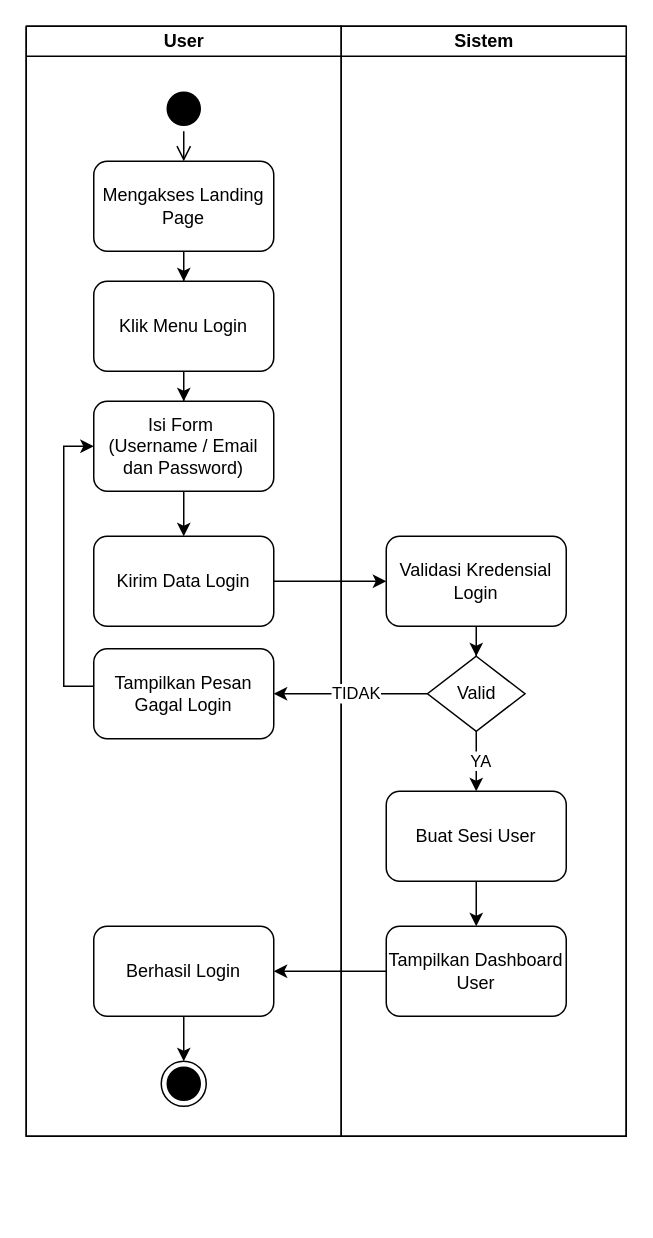
This is page "ACT-DIA-REGISTER" (5 of 6) of dokumentasi/bab3/diagram-bab-3.drawio from fadlanrizki/rekofin-ui, a draw.io file, before an edit. Source tidied: cells renumbered, new cells numbered last; positions are measured from the earlier drawing's top-left corner, leaving out a move shared by most shapes. Both pictures are drawn from the tidied source at 150%, with x=0, y=0 at pixel (26, 26).
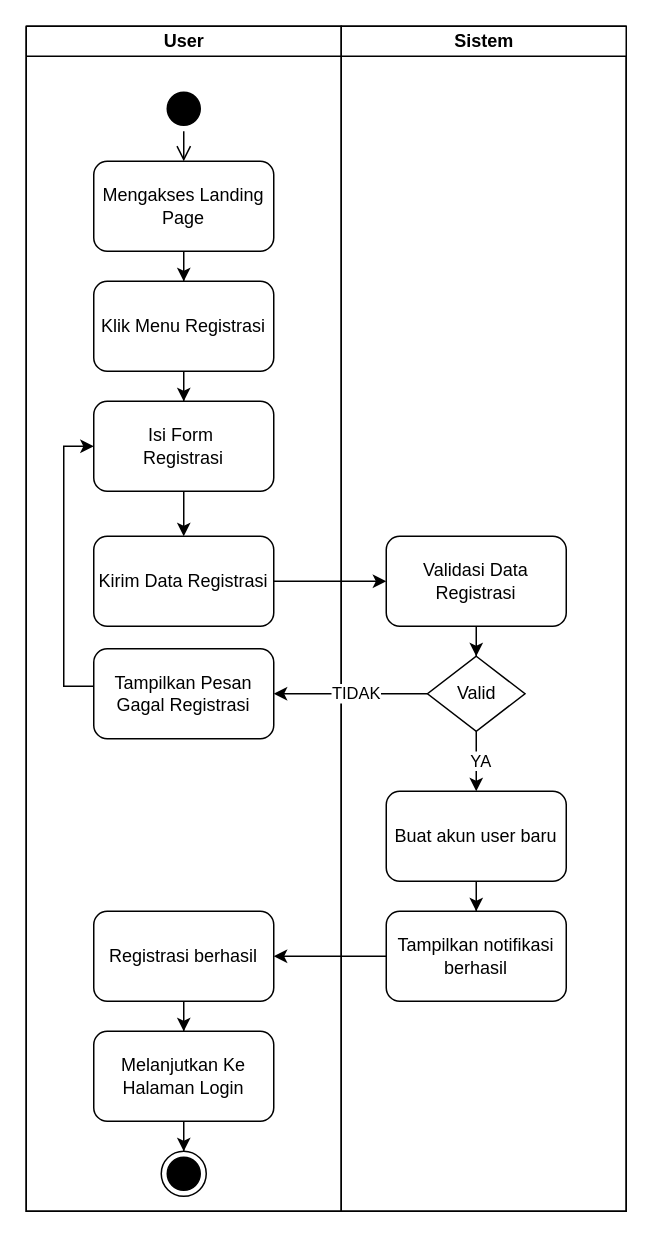
Above is the later version.

Commit message (it also covers changes not shown here):
feat: add activity diagram for user dashboard functionality

Diff of the diagram source:
```diff
@@
     <mxCell id="2" style="swimlane;startSize=0;html=1;" parent="1" vertex="1">
-      <mxGeometry width="400" height="740" as="geometry" />
+      <mxGeometry width="400" height="790" as="geometry" />
     </mxCell>
     <mxCell id="3" value="User" style="swimlane;startSize=20;html=1;" parent="2" vertex="1">
-      <mxGeometry width="210" height="740" as="geometry" />
+      <mxGeometry width="210" height="790" as="geometry" />
     </mxCell>
@@
-    <mxCell id="9" value="Klik Menu Login" style="rounded=1;whiteSpace=wrap;html=1;" parent="3" vertex="1">
+    <mxCell id="9" value="Klik Menu Registrasi" style="rounded=1;whiteSpace=wrap;html=1;" parent="3" vertex="1">
       <mxGeometry x="45" y="170" width="120" height="60" as="geometry" />
     </mxCell>
@@
-    <mxCell id="11" value="Isi Form&amp;nbsp;&lt;div&gt;(Username / Email dan Password)&lt;/div&gt;" style="rounded=1;whiteSpace=wrap;html=1;" parent="3" vertex="1">
+    <mxCell id="11" value="Isi Form&amp;nbsp;&lt;div&gt;Registrasi&lt;/div&gt;" style="rounded=1;whiteSpace=wrap;html=1;" parent="3" vertex="1">
       <mxGeometry x="45" y="250" width="120" height="60" as="geometry" />
     </mxCell>
-    <mxCell id="12" value="Kirim Data Login" style="rounded=1;whiteSpace=wrap;html=1;" parent="3" vertex="1">
+    <mxCell id="12" value="Kirim Data Registrasi" style="rounded=1;whiteSpace=wrap;html=1;" parent="3" vertex="1">
       <mxGeometry x="45" y="340" width="120" height="60" as="geometry" />
     </mxCell>
@@
-    <mxCell id="14" value="Tampilkan Pesan Gagal Login" style="rounded=1;whiteSpace=wrap;html=1;" parent="3" vertex="1">
+    <mxCell id="14" value="Tampilkan Pesan Gagal Registrasi" style="rounded=1;whiteSpace=wrap;html=1;" parent="3" vertex="1">
       <mxGeometry x="45" y="415" width="120" height="60" as="geometry" />
     </mxCell>
-    <mxCell id="15" style="edgeStyle=orthogonalEdgeStyle;rounded=0;jettySize=auto;html=1;entryX=0.5;entryY=0;entryDx=0;entryDy=0;" parent="3" edge="1" source="16" target="17">
-      <mxGeometry relative="1" as="geometry" />
-    </mxCell>
+    <mxCell id="31" style="edgeStyle=orthogonalEdgeStyle;rounded=0;jettySize=auto;html=1;entryX=0.5;entryY=0;entryDx=0;entryDy=0;" parent="3" edge="1" source="16" target="33">
+      <mxGeometry relative="1" as="geometry" />
+    </mxCell>
-    <mxCell id="16" value="Berhasil Login" style="rounded=1;whiteSpace=wrap;html=1;" parent="3" vertex="1">
-      <mxGeometry x="45" y="600" width="120" height="60" as="geometry" />
+    <mxCell id="16" value="Registrasi berhasil" style="rounded=1;whiteSpace=wrap;html=1;" parent="3" vertex="1">
+      <mxGeometry x="45" y="590" width="120" height="60" as="geometry" />
     </mxCell>
     <mxCell id="17" style="ellipse;html=1;shape=endState;fillColor=#000000;strokeColor=light-dark(#000000, #ff9090);" parent="3" vertex="1">
-      <mxGeometry x="90" y="690" width="30" height="30" as="geometry" />
+      <mxGeometry x="90" y="750" width="30" height="30" as="geometry" />
     </mxCell>
+    <mxCell id="32" style="edgeStyle=orthogonalEdgeStyle;rounded=0;jettySize=auto;html=1;entryX=0.5;entryY=0;entryDx=0;entryDy=0;" parent="3" edge="1" source="33" target="17">
+      <mxGeometry relative="1" as="geometry" />
+    </mxCell>
+    <mxCell id="33" value="Melanjutkan Ke Halaman Login" style="rounded=1;whiteSpace=wrap;html=1;" parent="3" vertex="1">
+      <mxGeometry x="45" y="670" width="120" height="60" as="geometry" />
+    </mxCell>
     <mxCell id="18" value="Sistem" style="swimlane;startSize=20;html=1;" parent="2" vertex="1">
-      <mxGeometry x="210" width="190" height="740" as="geometry" />
+      <mxGeometry x="210" width="190" height="790" as="geometry" />
     </mxCell>
@@
-    <mxCell id="20" value="Validasi Kredensial Login" style="rounded=1;whiteSpace=wrap;html=1;" parent="18" vertex="1">
+    <mxCell id="20" value="Validasi Data Registrasi" style="rounded=1;whiteSpace=wrap;html=1;" parent="18" vertex="1">
       <mxGeometry x="30" y="340" width="120" height="60" as="geometry" />
     </mxCell>
@@
-    <mxCell id="25" value="Buat Sesi User" style="rounded=1;whiteSpace=wrap;html=1;" parent="18" vertex="1">
+    <mxCell id="25" value="Buat akun user baru" style="rounded=1;whiteSpace=wrap;html=1;" parent="18" vertex="1">
       <mxGeometry x="30" y="510" width="120" height="60" as="geometry" />
     </mxCell>
-    <mxCell id="26" value="Tampilkan Dashboard User" style="rounded=1;whiteSpace=wrap;html=1;" parent="18" vertex="1">
-      <mxGeometry x="30" y="600" width="120" height="60" as="geometry" />
+    <mxCell id="26" value="Tampilkan notifikasi berhasil" style="rounded=1;whiteSpace=wrap;html=1;" parent="18" vertex="1">
+      <mxGeometry x="30" y="590" width="120" height="60" as="geometry" />
     </mxCell>
```
